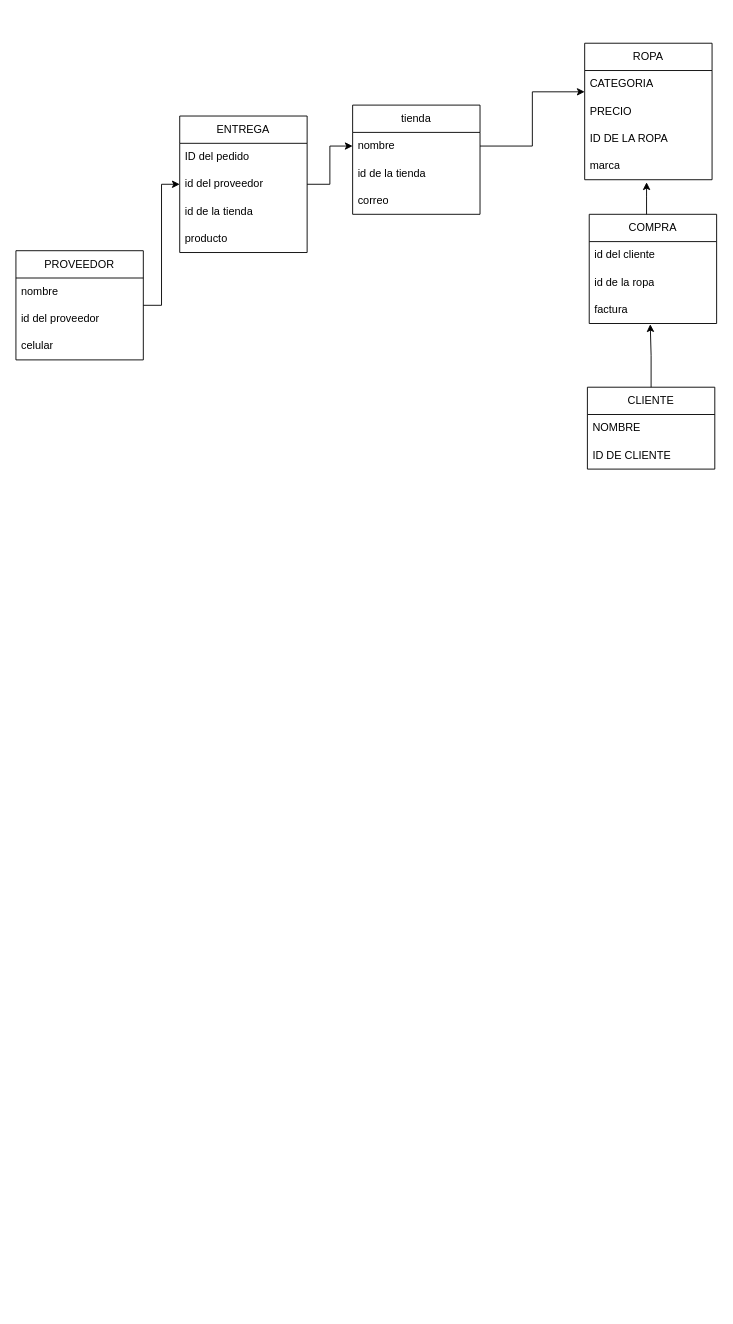
Above: ads.drawio in Soysakiaytuno/ExamenFinalSem1 (draw.io), before the change. Source tidied: cells renumbered, new cells numbered last; positions are measured from the earlier drawing's top-left corner, leaving out a move shared by most shapes. Both pictures are drawn from the tidied source at 91%, with x=0, y=0 at pixel (15, 43).
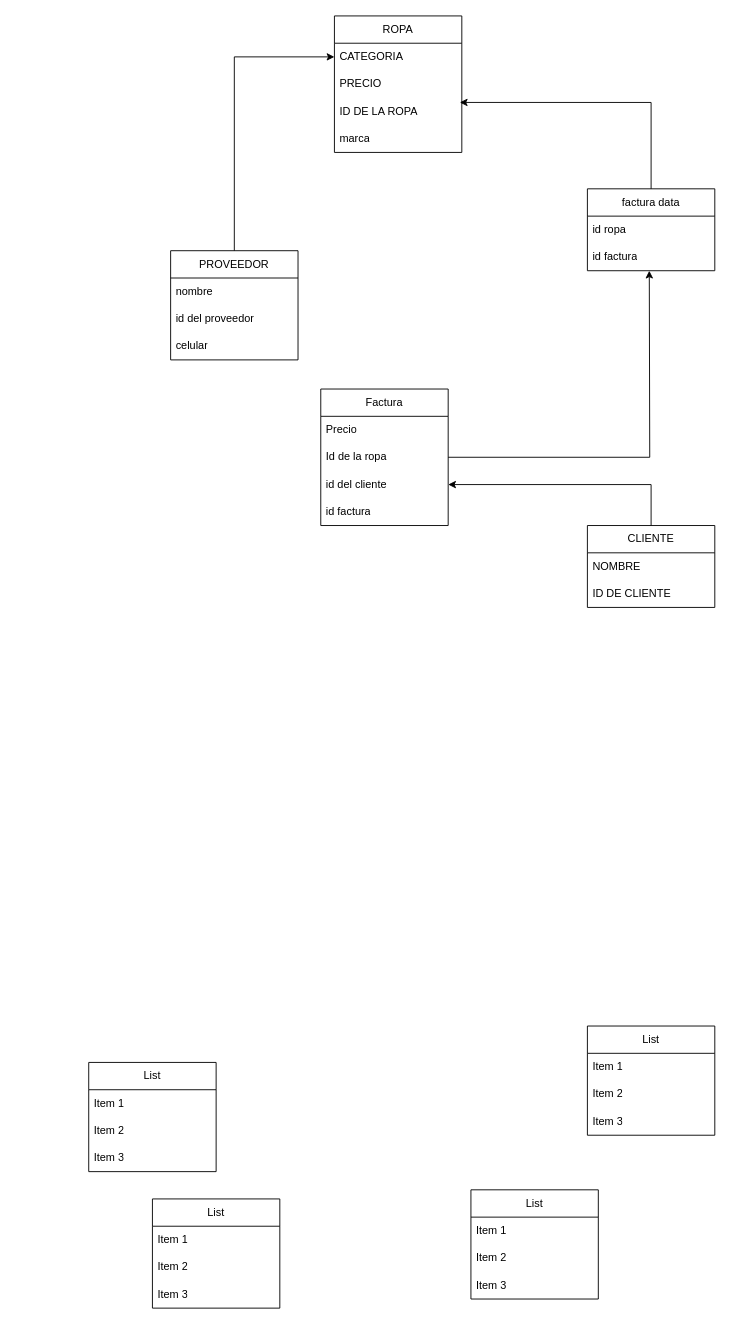
After the change.

The change refers to these unchanged cells:
```xml
<mxCell id="6" value="CATEGORIA" style="text;strokeColor=none;fillColor=none;align=left;verticalAlign=middle;spacingLeft=4;spacingRight=4;overflow=hidden;points=[[0,0.5],[1,0.5]];portConstraint=eastwest;whiteSpace=wrap;html=1;" parent="5" vertex="1">
  <mxGeometry y="30" width="140" height="30" as="geometry" />
</mxCell>
<mxCell id="8" value="ID DE LA ROPA" style="text;strokeColor=none;fillColor=none;align=left;verticalAlign=middle;spacingLeft=4;spacingRight=4;overflow=hidden;points=[[0,0.5],[1,0.5]];portConstraint=eastwest;whiteSpace=wrap;html=1;" parent="5" vertex="1">
  <mxGeometry y="90" width="140" height="30" as="geometry" />
</mxCell>
<mxCell id="9" value="marca" style="text;strokeColor=none;fillColor=none;align=left;verticalAlign=middle;spacingLeft=4;spacingRight=4;overflow=hidden;points=[[0,0.5],[1,0.5]];portConstraint=eastwest;whiteSpace=wrap;html=1;" parent="5" vertex="1">
  <mxGeometry y="120" width="140" height="30" as="geometry" />
</mxCell>
```

The edit, as a diff of the source:
```diff
@@
     <mxCell id="2" value="CLIENTE" style="swimlane;fontStyle=0;horizontal=1;startSize=30;whiteSpace=wrap;html=1;" parent="1" vertex="1">
-      <mxGeometry x="628" y="378" width="140" height="90" as="geometry" />
+      <mxGeometry x="628" y="530" width="140" height="90" as="geometry" />
     </mxCell>
@@
     <mxCell id="5" value="ROPA" style="swimlane;fontStyle=0;horizontal=1;startSize=30;whiteSpace=wrap;html=1;" parent="1" vertex="1">
-      <mxGeometry x="625" width="140" height="150" as="geometry" />
+      <mxGeometry x="350" y="-30" width="140" height="150" as="geometry" />
     </mxCell>
@@
     <mxCell id="10" value="PROVEEDOR" style="swimlane;fontStyle=0;horizontal=1;startSize=30;whiteSpace=wrap;html=1;" parent="1" vertex="1">
-      <mxGeometry y="228" width="140" height="120" as="geometry" />
+      <mxGeometry x="170" y="228" width="140" height="120" as="geometry" />
     </mxCell>
@@
-    <mxCell id="14" value="COMPRA" style="swimlane;fontStyle=0;horizontal=1;startSize=30;whiteSpace=wrap;html=1;" parent="1" vertex="1">
-      <mxGeometry x="630" y="188" width="140" height="120" as="geometry" />
-    </mxCell>
+    <mxCell id="32" style="edgeStyle=orthogonalEdgeStyle;rounded=0;jettySize=auto;html=1;exitX=0.5;exitY=0;exitDx=0;exitDy=0;" parent="1" edge="1" source="2" target="15">
+      <mxGeometry relative="1" as="geometry" />
+    </mxCell>
+    <mxCell id="26" style="edgeStyle=orthogonalEdgeStyle;rounded=0;jettySize=auto;html=1;entryX=0;entryY=0.5;entryDx=0;entryDy=0;" parent="1" edge="1" source="10" target="6">
+      <mxGeometry relative="1" as="geometry" />
+    </mxCell>
+    <mxCell id="33" value="Factura" style="swimlane;fontStyle=0;horizontal=1;startSize=30;whiteSpace=wrap;html=1;" parent="1" vertex="1">
+      <mxGeometry x="335" y="380" width="140" height="150" as="geometry" />
+    </mxCell>
+    <mxCell id="34" value="Precio" style="text;strokeColor=none;fillColor=none;align=left;verticalAlign=middle;spacingLeft=4;spacingRight=4;overflow=hidden;whiteSpace=wrap;html=1;" parent="33" vertex="1">
+      <mxGeometry y="30" width="140" height="30" as="geometry" />
+    </mxCell>
+    <mxCell id="35" value="Id de la ropa" style="text;strokeColor=none;fillColor=none;align=left;verticalAlign=middle;spacingLeft=4;spacingRight=4;overflow=hidden;whiteSpace=wrap;html=1;" parent="33" vertex="1">
+      <mxGeometry y="60" width="140" height="30" as="geometry" />
+    </mxCell>
-    <mxCell id="15" value="id del cliente" style="text;strokeColor=none;fillColor=none;align=left;verticalAlign=middle;spacingLeft=4;spacingRight=4;overflow=hidden;points=[[0,0.5],[1,0.5]];portConstraint=eastwest;whiteSpace=wrap;html=1;" parent="14" vertex="1">
-      <mxGeometry y="30" width="140" height="30" as="geometry" />
+    <mxCell id="15" value="id del cliente" style="text;strokeColor=none;fillColor=none;align=left;verticalAlign=middle;spacingLeft=4;spacingRight=4;overflow=hidden;points=[[0,0.5],[1,0.5]];portConstraint=eastwest;whiteSpace=wrap;html=1;" parent="33" vertex="1">
+      <mxGeometry y="90" width="140" height="30" as="geometry" />
     </mxCell>
-    <mxCell id="16" value="id de la ropa" style="text;strokeColor=none;fillColor=none;align=left;verticalAlign=middle;spacingLeft=4;spacingRight=4;overflow=hidden;whiteSpace=wrap;html=1;" parent="14" vertex="1">
-      <mxGeometry y="60" width="140" height="30" as="geometry" />
-    </mxCell>
-    <mxCell id="17" value="factura" style="text;strokeColor=none;fillColor=none;align=left;verticalAlign=middle;spacingLeft=4;spacingRight=4;overflow=hidden;points=[[0,0.5],[1,0.5]];portConstraint=eastwest;whiteSpace=wrap;html=1;" parent="14" vertex="1">
-      <mxGeometry y="90" width="140" height="30" as="geometry" />
-    </mxCell>
-    <mxCell id="18" style="edgeStyle=orthogonalEdgeStyle;rounded=0;jettySize=auto;html=1;entryX=0.479;entryY=1.027;entryDx=0;entryDy=0;entryPerimeter=0;" parent="1" edge="1" source="2" target="17">
-      <mxGeometry relative="1" as="geometry" />
-    </mxCell>
-    <mxCell id="19" style="edgeStyle=orthogonalEdgeStyle;rounded=0;jettySize=auto;html=1;entryX=0;entryY=0.5;entryDx=0;entryDy=0;" parent="1" edge="1" source="27" target="21">
-      <mxGeometry relative="1" as="geometry" />
-    </mxCell>
-    <mxCell id="20" value="tienda" style="swimlane;fontStyle=0;horizontal=1;startSize=30;whiteSpace=wrap;html=1;" parent="1" vertex="1">
-      <mxGeometry x="370" y="68" width="140" height="120" as="geometry" />
-    </mxCell>
-    <mxCell id="21" value="nombre" style="text;strokeColor=none;fillColor=none;align=left;verticalAlign=middle;spacingLeft=4;spacingRight=4;overflow=hidden;points=[[0,0.5],[1,0.5]];portConstraint=eastwest;whiteSpace=wrap;html=1;" parent="20" vertex="1">
-      <mxGeometry y="30" width="140" height="30" as="geometry" />
-    </mxCell>
-    <mxCell id="22" value="id de la tienda" style="text;strokeColor=none;fillColor=none;align=left;verticalAlign=middle;spacingLeft=4;spacingRight=4;overflow=hidden;whiteSpace=wrap;html=1;" parent="20" vertex="1">
-      <mxGeometry y="60" width="140" height="30" as="geometry" />
-    </mxCell>
-    <mxCell id="23" value="correo" style="text;strokeColor=none;fillColor=none;align=left;verticalAlign=middle;spacingLeft=4;spacingRight=4;overflow=hidden;whiteSpace=wrap;html=1;" parent="20" vertex="1">
-      <mxGeometry y="90" width="140" height="30" as="geometry" />
-    </mxCell>
-    <mxCell id="24" style="edgeStyle=orthogonalEdgeStyle;rounded=0;jettySize=auto;html=1;entryX=0;entryY=0.78;entryDx=0;entryDy=0;entryPerimeter=0;" parent="1" edge="1" source="21" target="6">
-      <mxGeometry relative="1" as="geometry" />
-    </mxCell>
-    <mxCell id="25" style="edgeStyle=orthogonalEdgeStyle;rounded=0;jettySize=auto;html=1;entryX=0.486;entryY=1.093;entryDx=0;entryDy=0;entryPerimeter=0;" parent="1" edge="1" source="14" target="9">
-      <mxGeometry relative="1" as="geometry">
-        <Array as="points">
-          <mxPoint x="693" y="168" />
-          <mxPoint x="693" y="168" />
-        </Array>
-      </mxGeometry>
-    </mxCell>
-    <mxCell id="26" style="edgeStyle=orthogonalEdgeStyle;rounded=0;jettySize=auto;html=1;entryX=0;entryY=0.5;entryDx=0;entryDy=0;" parent="1" edge="1" source="10" target="27">
-      <mxGeometry relative="1" as="geometry" />
-    </mxCell>
-    <mxCell id="27" value="ENTREGA" style="swimlane;fontStyle=0;horizontal=1;startSize=30;whiteSpace=wrap;html=1;" parent="1" vertex="1">
-      <mxGeometry x="180" y="80" width="140" height="150" as="geometry" />
-    </mxCell>
-    <mxCell id="28" value="ID del pedido" style="text;strokeColor=none;fillColor=none;align=left;verticalAlign=middle;spacingLeft=4;spacingRight=4;overflow=hidden;whiteSpace=wrap;html=1;" parent="27" vertex="1">
-      <mxGeometry y="30" width="140" height="30" as="geometry" />
-    </mxCell>
-    <mxCell id="29" value="id del proveedor" style="text;strokeColor=none;fillColor=none;align=left;verticalAlign=middle;spacingLeft=4;spacingRight=4;overflow=hidden;whiteSpace=wrap;html=1;" parent="27" vertex="1">
-      <mxGeometry y="60" width="140" height="30" as="geometry" />
-    </mxCell>
-    <mxCell id="30" value="id de la tienda" style="text;strokeColor=none;fillColor=none;align=left;verticalAlign=middle;spacingLeft=4;spacingRight=4;overflow=hidden;whiteSpace=wrap;html=1;" parent="27" vertex="1">
-      <mxGeometry y="90" width="140" height="30" as="geometry" />
-    </mxCell>
-    <mxCell id="31" value="producto" style="text;strokeColor=none;fillColor=none;align=left;verticalAlign=middle;spacingLeft=4;spacingRight=4;overflow=hidden;whiteSpace=wrap;html=1;" parent="27" vertex="1">
-      <mxGeometry y="120" width="140" height="30" as="geometry" />
-    </mxCell>
+    <mxCell id="36" value="id factura" style="text;strokeColor=none;fillColor=none;align=left;verticalAlign=middle;spacingLeft=4;spacingRight=4;overflow=hidden;whiteSpace=wrap;html=1;" parent="33" vertex="1">
+      <mxGeometry y="120" width="140" height="30" as="geometry" />
+    </mxCell>
+    <mxCell id="37" style="edgeStyle=orthogonalEdgeStyle;rounded=0;jettySize=auto;html=1;" parent="1" edge="1" source="33">
+      <mxGeometry relative="1" as="geometry">
+        <mxPoint x="696" y="250" as="targetPoint" />
+      </mxGeometry>
+    </mxCell>
+    <mxCell id="38" value="factura data" style="swimlane;fontStyle=0;horizontal=1;startSize=30;whiteSpace=wrap;html=1;" parent="1" vertex="1">
+      <mxGeometry x="628" y="160" width="140" height="90" as="geometry" />
+    </mxCell>
+    <mxCell id="39" value="id ropa" style="text;strokeColor=none;fillColor=none;align=left;verticalAlign=middle;spacingLeft=4;spacingRight=4;overflow=hidden;whiteSpace=wrap;html=1;" parent="38" vertex="1">
+      <mxGeometry y="30" width="140" height="30" as="geometry" />
+    </mxCell>
+    <mxCell id="40" value="id factura" style="text;strokeColor=none;fillColor=none;align=left;verticalAlign=middle;spacingLeft=4;spacingRight=4;overflow=hidden;whiteSpace=wrap;html=1;" parent="38" vertex="1">
+      <mxGeometry y="60" width="140" height="30" as="geometry" />
+    </mxCell>
+    <mxCell id="41" style="edgeStyle=orthogonalEdgeStyle;rounded=0;jettySize=auto;html=1;entryX=0.984;entryY=0.169;entryDx=0;entryDy=0;entryPerimeter=0;" parent="1" edge="1" source="38" target="8">
+      <mxGeometry relative="1" as="geometry" />
+    </mxCell>
+    <mxCell id="42" value="List" style="swimlane;fontStyle=0;horizontal=1;startSize=30;whiteSpace=wrap;html=1;" parent="1" vertex="1">
+      <mxGeometry x="80" y="1120" width="140" height="120" as="geometry" />
+    </mxCell>
+    <mxCell id="43" value="Item 1" style="text;strokeColor=none;fillColor=none;align=left;verticalAlign=middle;spacingLeft=4;spacingRight=4;overflow=hidden;whiteSpace=wrap;html=1;" parent="42" vertex="1">
+      <mxGeometry y="30" width="140" height="30" as="geometry" />
+    </mxCell>
+    <mxCell id="44" value="Item 2" style="text;strokeColor=none;fillColor=none;align=left;verticalAlign=middle;spacingLeft=4;spacingRight=4;overflow=hidden;whiteSpace=wrap;html=1;" parent="42" vertex="1">
+      <mxGeometry y="60" width="140" height="30" as="geometry" />
+    </mxCell>
+    <mxCell id="45" value="Item 3" style="text;strokeColor=none;fillColor=none;align=left;verticalAlign=middle;spacingLeft=4;spacingRight=4;overflow=hidden;whiteSpace=wrap;html=1;" parent="42" vertex="1">
+      <mxGeometry y="90" width="140" height="30" as="geometry" />
+    </mxCell>
+    <mxCell id="46" value="List" style="swimlane;fontStyle=0;horizontal=1;startSize=30;whiteSpace=wrap;html=1;" parent="1" vertex="1">
+      <mxGeometry x="500" y="1260" width="140" height="120" as="geometry" />
+    </mxCell>
+    <mxCell id="47" value="Item 1" style="text;strokeColor=none;fillColor=none;align=left;verticalAlign=middle;spacingLeft=4;spacingRight=4;overflow=hidden;whiteSpace=wrap;html=1;" parent="46" vertex="1">
+      <mxGeometry y="30" width="140" height="30" as="geometry" />
+    </mxCell>
+    <mxCell id="48" value="Item 2" style="text;strokeColor=none;fillColor=none;align=left;verticalAlign=middle;spacingLeft=4;spacingRight=4;overflow=hidden;whiteSpace=wrap;html=1;" parent="46" vertex="1">
+      <mxGeometry y="60" width="140" height="30" as="geometry" />
+    </mxCell>
+    <mxCell id="49" value="Item 3" style="text;strokeColor=none;fillColor=none;align=left;verticalAlign=middle;spacingLeft=4;spacingRight=4;overflow=hidden;whiteSpace=wrap;html=1;" parent="46" vertex="1">
+      <mxGeometry y="90" width="140" height="30" as="geometry" />
+    </mxCell>
+    <mxCell id="50" value="List" style="swimlane;fontStyle=0;horizontal=1;startSize=30;whiteSpace=wrap;html=1;" parent="1" vertex="1">
+      <mxGeometry x="150" y="1270" width="140" height="120" as="geometry" />
+    </mxCell>
+    <mxCell id="51" value="Item 1" style="text;strokeColor=none;fillColor=none;align=left;verticalAlign=middle;spacingLeft=4;spacingRight=4;overflow=hidden;whiteSpace=wrap;html=1;" parent="50" vertex="1">
+      <mxGeometry y="30" width="140" height="30" as="geometry" />
+    </mxCell>
+    <mxCell id="52" value="Item 2" style="text;strokeColor=none;fillColor=none;align=left;verticalAlign=middle;spacingLeft=4;spacingRight=4;overflow=hidden;whiteSpace=wrap;html=1;" parent="50" vertex="1">
+      <mxGeometry y="60" width="140" height="30" as="geometry" />
+    </mxCell>
+    <mxCell id="53" value="Item 3" style="text;strokeColor=none;fillColor=none;align=left;verticalAlign=middle;spacingLeft=4;spacingRight=4;overflow=hidden;whiteSpace=wrap;html=1;" parent="50" vertex="1">
+      <mxGeometry y="90" width="140" height="30" as="geometry" />
+    </mxCell>
+    <mxCell id="54" value="List" style="swimlane;fontStyle=0;horizontal=1;startSize=30;whiteSpace=wrap;html=1;" parent="1" vertex="1">
+      <mxGeometry x="628" y="1080" width="140" height="120" as="geometry" />
+    </mxCell>
+    <mxCell id="55" value="Item 1" style="text;strokeColor=none;fillColor=none;align=left;verticalAlign=middle;spacingLeft=4;spacingRight=4;overflow=hidden;whiteSpace=wrap;html=1;" parent="54" vertex="1">
+      <mxGeometry y="30" width="140" height="30" as="geometry" />
+    </mxCell>
+    <mxCell id="56" value="Item 2" style="text;strokeColor=none;fillColor=none;align=left;verticalAlign=middle;spacingLeft=4;spacingRight=4;overflow=hidden;whiteSpace=wrap;html=1;" parent="54" vertex="1">
+      <mxGeometry y="60" width="140" height="30" as="geometry" />
+    </mxCell>
+    <mxCell id="57" value="Item 3" style="text;strokeColor=none;fillColor=none;align=left;verticalAlign=middle;spacingLeft=4;spacingRight=4;overflow=hidden;whiteSpace=wrap;html=1;" parent="54" vertex="1">
+      <mxGeometry y="90" width="140" height="30" as="geometry" />
+    </mxCell>
```
